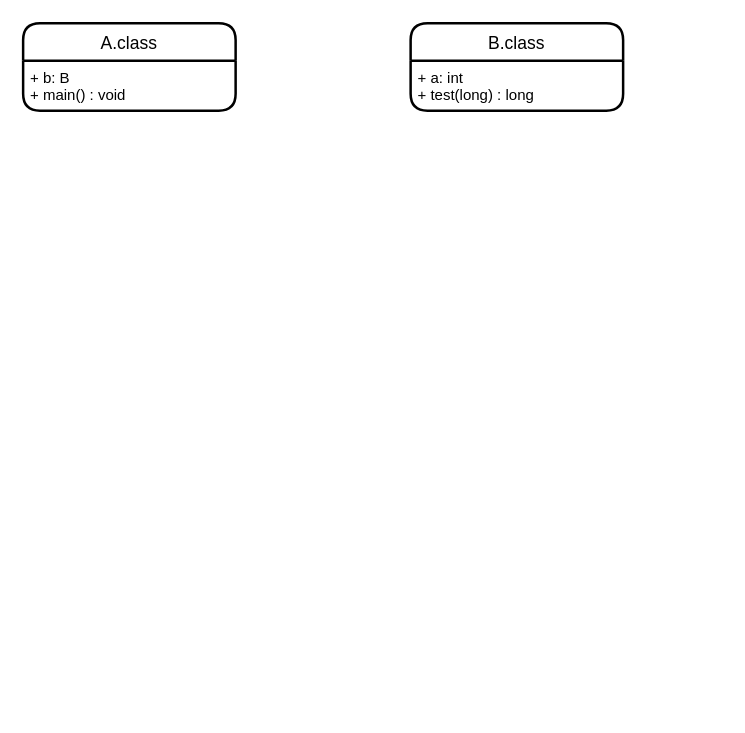
Earlier version of the draw.io diagram 查看字节码.drawio (ShortPupil/VPicture). Source tidied: cells renumbered, new cells numbered last; positions are measured from the earlier drawing's top-left corner, leaving out a move shared by most shapes. Both pictures are drawn from the tidied source at 125%, with x=0, y=0 at pixel (22, 22).
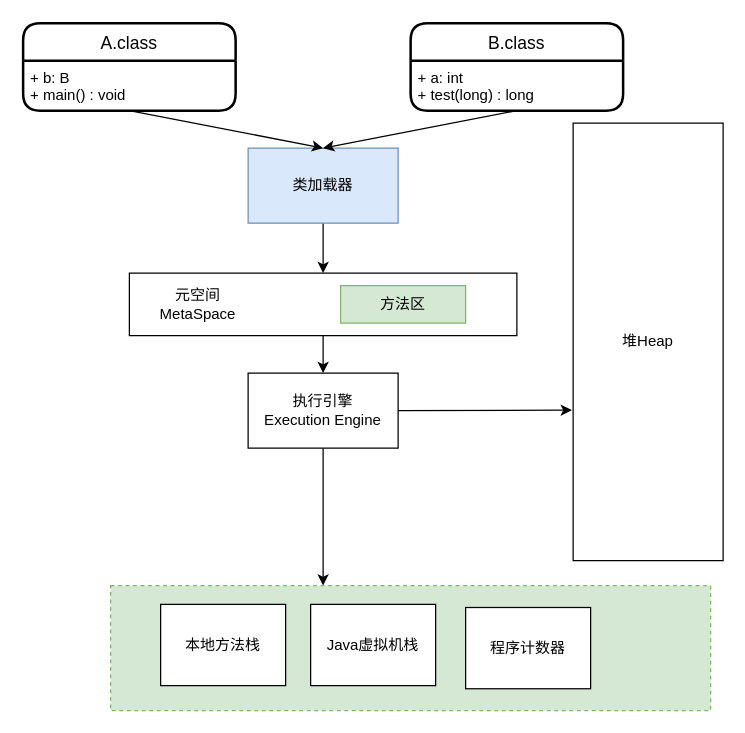
The same diagram, later.

Commit message (it also covers changes not shown here):
Update 查看字节码.drawio

Unchanged cells that the change refers to:
```xml
<mxCell id="3" value="+ b: B&#10;+ main() : void" style="align=left;strokeColor=none;fillColor=none;spacingLeft=4;fontSize=12;verticalAlign=top;" parent="2" vertex="1">
  <mxGeometry y="30" width="170" height="40" as="geometry" />
</mxCell>
<mxCell id="5" value="+ a: int&#10;+ test(long) : long" style="align=left;strokeColor=none;fillColor=none;spacingLeft=4;fontSize=12;verticalAlign=top;" parent="4" vertex="1">
  <mxGeometry y="30" width="170" height="40" as="geometry" />
</mxCell>
```

Change to the diagram source:
```diff
@@
+    <mxCell id="6" style="edgeStyle=none;rounded=0;jettySize=auto;html=1;exitX=0.5;exitY=1;exitDx=0;exitDy=0;" parent="1" edge="1" source="7" target="11">
+      <mxGeometry relative="1" as="geometry" />
+    </mxCell>
+    <mxCell id="7" value="类加载器" style="rounded=0;whiteSpace=wrap;html=1;fillColor=#dae8fc;strokeColor=#6c8ebf;" parent="1" vertex="1">
+      <mxGeometry x="180" y="100" width="120" height="60" as="geometry" />
+    </mxCell>
+    <mxCell id="8" style="rounded=0;jettySize=auto;html=1;exitX=0.5;exitY=1;exitDx=0;exitDy=0;entryX=0.5;entryY=0;entryDx=0;entryDy=0;" parent="1" edge="1" source="3" target="7">
+      <mxGeometry relative="1" as="geometry" />
+    </mxCell>
+    <mxCell id="9" style="edgeStyle=none;rounded=0;jettySize=auto;html=1;exitX=0.5;exitY=1;exitDx=0;exitDy=0;" parent="1" edge="1" source="5">
+      <mxGeometry relative="1" as="geometry">
+        <mxPoint x="240" y="100" as="targetPoint" />
+      </mxGeometry>
+    </mxCell>
+    <mxCell id="10" style="edgeStyle=none;rounded=0;jettySize=auto;html=1;exitX=0.5;exitY=1;exitDx=0;exitDy=0;" parent="1" edge="1" source="11" target="16">
+      <mxGeometry relative="1" as="geometry" />
+    </mxCell>
+    <mxCell id="11" style="rounded=0;whiteSpace=wrap;html=1;" parent="1" vertex="1">
+      <mxGeometry x="85" y="200" width="310" height="50" as="geometry" />
+    </mxCell>
+    <mxCell id="12" value="方法区" style="rounded=0;whiteSpace=wrap;html=1;fillColor=#d5e8d4;strokeColor=#82b366;" parent="1" vertex="1">
+      <mxGeometry x="254" y="210" width="100" height="30" as="geometry" />
+    </mxCell>
+    <mxCell id="13" value="元空间&lt;br&gt;MetaSpace" style="text;html=1;strokeColor=none;fillColor=none;align=center;verticalAlign=middle;whiteSpace=wrap;rounded=0;" parent="1" vertex="1">
+      <mxGeometry x="110" y="210" width="60" height="30" as="geometry" />
+    </mxCell>
+    <mxCell id="14" style="edgeStyle=none;rounded=0;jettySize=auto;html=1;exitX=1;exitY=0.5;exitDx=0;exitDy=0;entryX=-0.008;entryY=0.656;entryDx=0;entryDy=0;entryPerimeter=0;" parent="1" edge="1" source="16" target="17">
+      <mxGeometry relative="1" as="geometry" />
+    </mxCell>
+    <mxCell id="15" style="edgeStyle=none;rounded=0;jettySize=auto;html=1;exitX=0.5;exitY=1;exitDx=0;exitDy=0;" parent="1" edge="1" source="16">
+      <mxGeometry relative="1" as="geometry">
+        <mxPoint x="240" y="450" as="targetPoint" />
+      </mxGeometry>
+    </mxCell>
+    <mxCell id="16" value="执行引擎&lt;br&gt;Execution Engine" style="rounded=0;whiteSpace=wrap;html=1;" parent="1" vertex="1">
+      <mxGeometry x="180" y="280" width="120" height="60" as="geometry" />
+    </mxCell>
+    <mxCell id="17" value="堆Heap" style="rounded=0;whiteSpace=wrap;html=1;" parent="1" vertex="1">
+      <mxGeometry x="440" y="80" width="120" height="350" as="geometry" />
+    </mxCell>
+    <mxCell id="18" style="rounded=0;whiteSpace=wrap;html=1;dashed=1;fillColor=#d5e8d4;strokeColor=#82b366;" parent="1" vertex="1">
+      <mxGeometry x="70" y="450" width="480" height="100" as="geometry" />
+    </mxCell>
+    <mxCell id="19" value="本地方法栈" style="rounded=0;whiteSpace=wrap;html=1;" parent="1" vertex="1">
+      <mxGeometry x="110" y="465" width="100" height="65" as="geometry" />
+    </mxCell>
+    <mxCell id="20" value="Java虚拟机栈" style="rounded=0;whiteSpace=wrap;html=1;" parent="1" vertex="1">
+      <mxGeometry x="230" y="465" width="100" height="65" as="geometry" />
+    </mxCell>
+    <mxCell id="21" value="程序计数器" style="rounded=0;whiteSpace=wrap;html=1;" parent="1" vertex="1">
+      <mxGeometry x="354" y="467.5" width="100" height="65" as="geometry" />
+    </mxCell>
```
